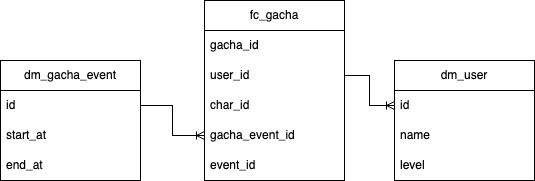
This is docs/dbt-gacha01.drawio.png from MokkeMeguru/dbt-challenge, a draw.io export, as it was before one commit. Source tidied: cells renumbered, new cells last; positions are measured from the earlier drawing's top-left corner, leaving out a move shared by most shapes.
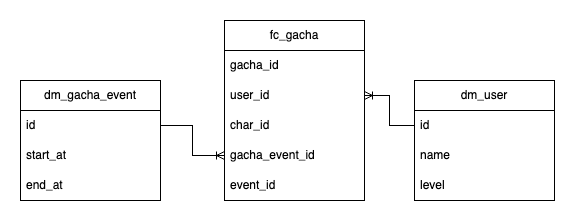
The same diagram one commit later.

Commit message:
dbt-gacha01.drawio.png を追加しました。

What changed in the source:
```diff
@@ -47,7 +47,7 @@
     <mxCell id="16" value="level" style="text;strokeColor=none;fillColor=none;align=left;verticalAlign=middle;spacingLeft=4;spacingRight=4;overflow=hidden;whiteSpace=wrap;html=1;" parent="13" vertex="1">
       <mxGeometry y="90" width="140" height="30" as="geometry" />
     </mxCell>
-    <mxCell id="17" style="edgeStyle=orthogonalEdgeStyle;rounded=0;jettySize=auto;html=1;exitX=0;exitY=0.5;exitDx=0;exitDy=0;entryX=1;entryY=0.5;entryDx=0;entryDy=0;startArrow=ERoneToMany;startFill=0;endArrow=none;endFill=0;" parent="1" edge="1" source="14" target="4">
+    <mxCell id="17" style="edgeStyle=orthogonalEdgeStyle;rounded=0;jettySize=auto;html=1;exitX=0;exitY=0.5;exitDx=0;exitDy=0;entryX=1;entryY=0.5;entryDx=0;entryDy=0;startArrow=none;startFill=0;endArrow=ERoneToMany;endFill=0;" parent="1" edge="1" source="14" target="4">
       <mxGeometry relative="1" as="geometry" />
     </mxCell>
   </root>
```
